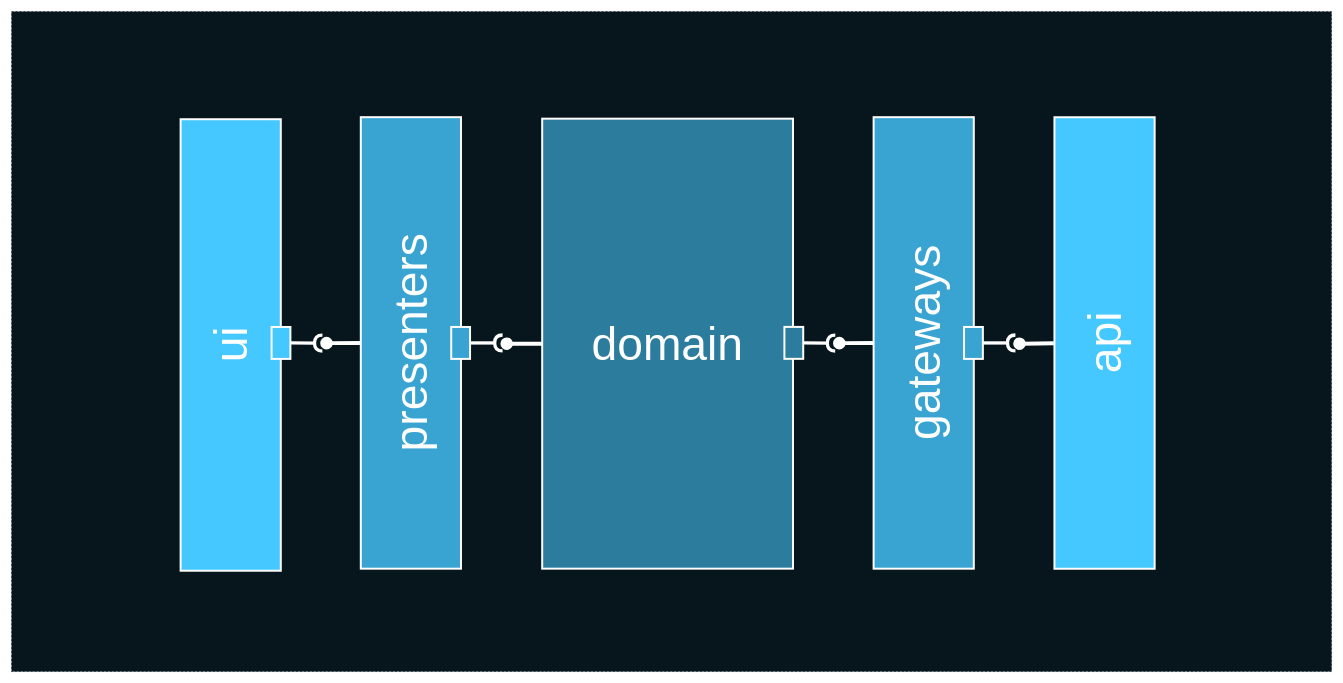
Above: deck/ru/diagrams/caLayerModulesBase.drawio in AlexanderLapygin/ca-react-rest-api-starter (draw.io), before the change. Source tidied: cells renumbered, new cells numbered last; positions are measured from the earlier drawing's top-left corner, leaving out a move shared by most shapes. Both pictures are drawn from the tidied source at 66%, with x=0, y=0 at pixel (5, 11).
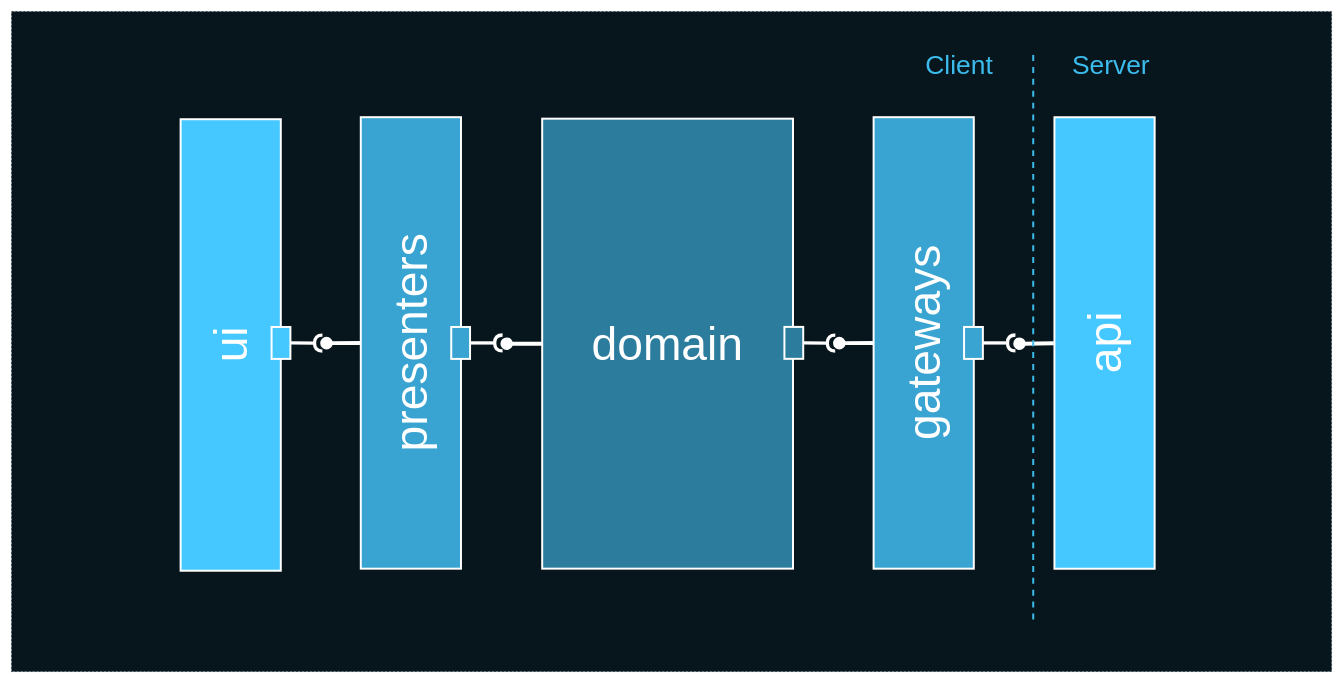
After the change.

Change to the diagram source:
```diff
@@
+    <mxCell id="28" style="endArrow=none;dashed=1;html=1;labelBackgroundColor=none;strokeColor=#3CBBED;strokeWidth=3;fontFamily=Helvetica;fontSize=43;fontColor=#FFFFFF;exitX=0.774;exitY=0.93;exitDx=0;exitDy=0;exitPerimeter=0;entryX=0.77;entryY=0.09;entryDx=0;entryDy=0;entryPerimeter=0;" parent="1" edge="1">
+      <mxGeometry relative="1" as="geometry">
+        <mxPoint x="1558" y="921" as="sourcePoint" />
+        <mxPoint x="1558" y="61" as="targetPoint" />
+      </mxGeometry>
+    </mxCell>
+    <mxCell id="29" value="Client" style="text;html=1;strokeColor=none;fillColor=none;align=center;verticalAlign=middle;whiteSpace=wrap;rounded=0;fontColor=#3CBBED;fontSize=40;" parent="1" vertex="1">
+      <mxGeometry x="1340" y="50" width="212" height="60" as="geometry" />
+    </mxCell>
+    <mxCell id="30" value="Server" style="text;html=1;strokeColor=none;fillColor=none;align=center;verticalAlign=middle;whiteSpace=wrap;rounded=0;fontColor=#3CBBED;fontSize=40;" parent="1" vertex="1">
+      <mxGeometry x="1570" y="50" width="212" height="60" as="geometry" />
+    </mxCell>
```
